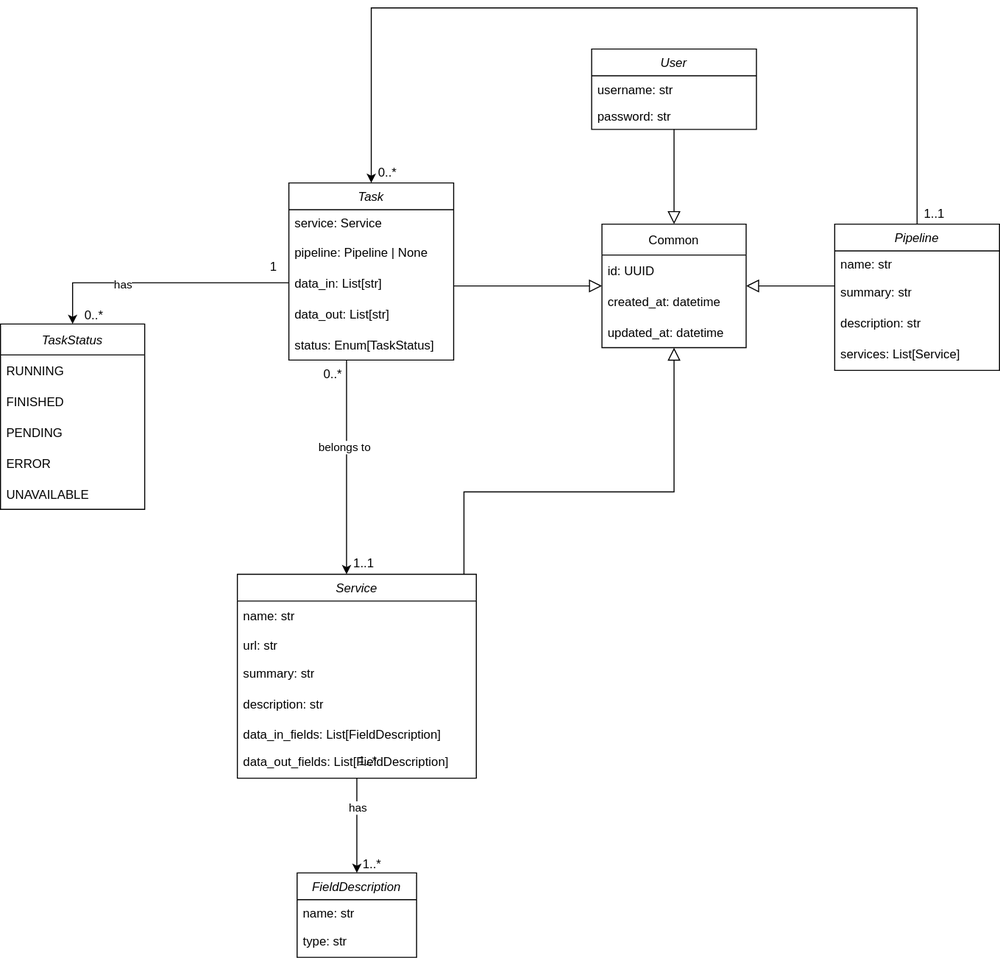
Earlier version of the draw.io export docs/reference/models_diagram.svg (swiss-ai-center/core-engine). Source tidied: cells renumbered, new cells last; positions are measured from the earlier drawing's top-left corner, leaving out a move shared by most shapes.
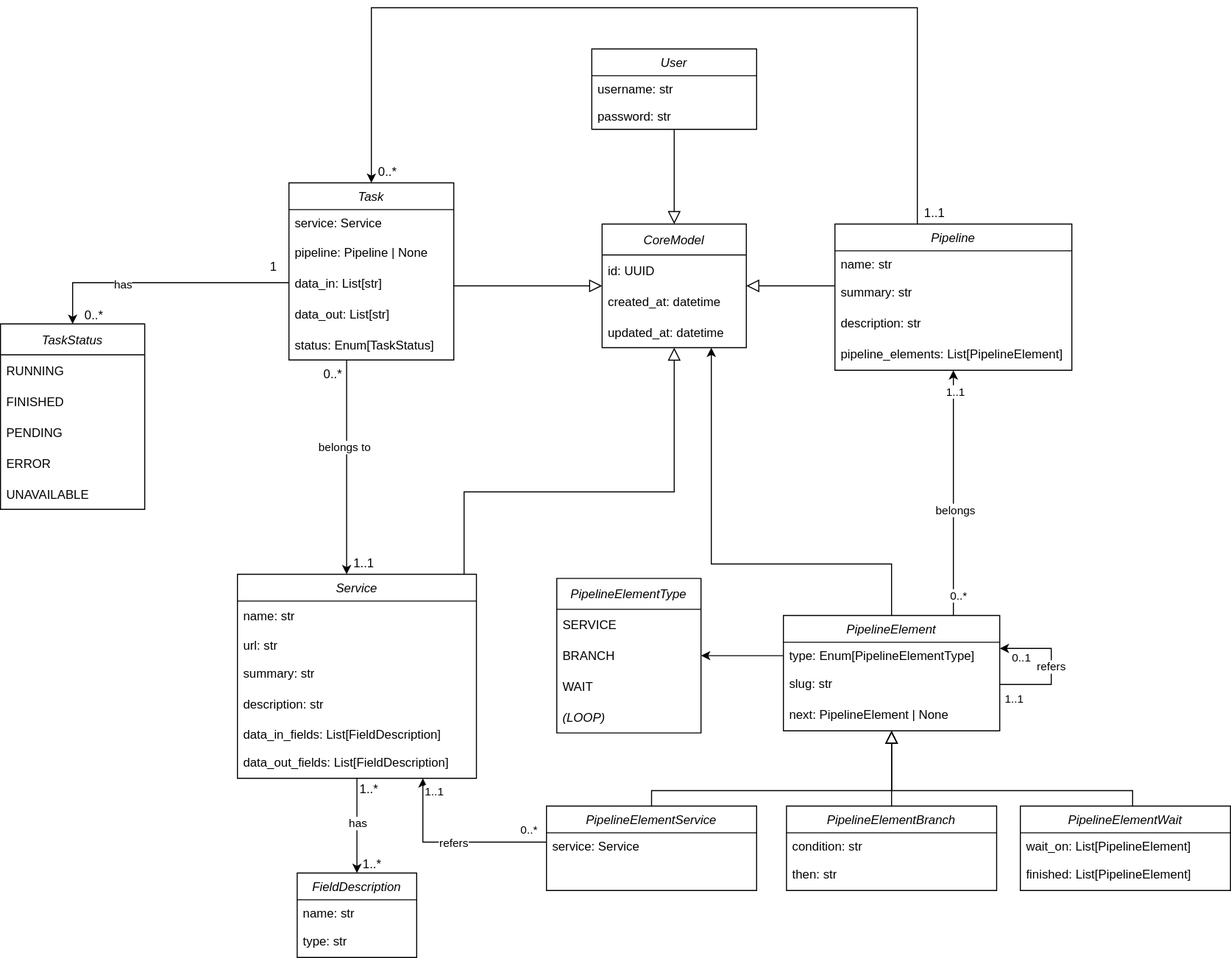
Above is the later version.

Commit message:
docs update for service spec

Diff of the diagram source:
```diff
@@ -28,20 +28,39 @@
         </Array>
       </mxGeometry>
     </mxCell>
+    <mxCell id="55" style="edgeStyle=orthogonalEdgeStyle;rounded=0;jettySize=auto;html=1;" parent="1" edge="1" source="63" target="9">
+      <mxGeometry relative="1" as="geometry">
+        <Array as="points">
+          <mxPoint x="925" y="520" />
+          <mxPoint x="925" y="520" />
+        </Array>
+      </mxGeometry>
+    </mxCell>
+    <mxCell id="56" value="1..1" style="edgeLabel;html=1;align=center;verticalAlign=middle;" parent="55" vertex="1">
+      <mxGeometry x="0.83" y="-1" relative="1" as="geometry" />
+    </mxCell>
+    <mxCell id="57" value="belongs" style="edgeLabel;html=1;align=center;verticalAlign=middle;" parent="55" vertex="1">
+      <mxGeometry x="-0.13" y="-1" relative="1" as="geometry" />
+    </mxCell>
+    <mxCell id="58" value="0..*" style="edgeLabel;html=1;align=center;verticalAlign=middle;" parent="55" vertex="1">
+      <mxGeometry x="-0.81" y="-4" relative="1" as="geometry">
+        <mxPoint y="3" as="offset" />
+      </mxGeometry>
+    </mxCell>
     <mxCell id="9" value="Pipeline" style="swimlane;fontStyle=2;align=center;verticalAlign=top;horizontal=1;startSize=26;rounded=0;shadow=0;strokeWidth=1;" parent="1" vertex="1">
-      <mxGeometry x="810" y="210" width="160" height="142" as="geometry" />
+      <mxGeometry x="810" y="210" width="230" height="142" as="geometry" />
     </mxCell>
     <mxCell id="10" value="name: str" style="text;align=left;verticalAlign=top;spacingLeft=4;spacingRight=4;overflow=hidden;rounded=0;shadow=0;html=0;" parent="9" vertex="1">
-      <mxGeometry y="26" width="160" height="26" as="geometry" />
+      <mxGeometry y="26" width="230" height="26" as="geometry" />
     </mxCell>
     <mxCell id="11" value="summary: str" style="text;strokeColor=none;fillColor=none;align=left;verticalAlign=middle;spacingLeft=4;spacingRight=4;overflow=hidden;whiteSpace=wrap;html=1;" parent="9" vertex="1">
-      <mxGeometry y="52" width="160" height="30" as="geometry" />
+      <mxGeometry y="52" width="230" height="30" as="geometry" />
     </mxCell>
     <mxCell id="12" value="description: str" style="text;strokeColor=none;fillColor=none;align=left;verticalAlign=middle;spacingLeft=4;spacingRight=4;overflow=hidden;whiteSpace=wrap;html=1;" parent="9" vertex="1">
-      <mxGeometry y="82" width="160" height="30" as="geometry" />
+      <mxGeometry y="82" width="230" height="30" as="geometry" />
     </mxCell>
-    <mxCell id="13" value="services: List[Service]" style="text;strokeColor=none;fillColor=none;align=left;verticalAlign=middle;spacingLeft=4;spacingRight=4;overflow=hidden;whiteSpace=wrap;html=1;" parent="9" vertex="1">
-      <mxGeometry y="112" width="160" height="30" as="geometry" />
+    <mxCell id="13" value="pipeline_elements: List[PipelineElement]" style="text;strokeColor=none;fillColor=none;align=left;verticalAlign=middle;spacingLeft=4;spacingRight=4;overflow=hidden;whiteSpace=wrap;html=1;" parent="9" vertex="1">
+      <mxGeometry y="112" width="230" height="30" as="geometry" />
     </mxCell>
     <mxCell id="14" value="User" style="swimlane;fontStyle=2;align=center;verticalAlign=top;horizontal=1;startSize=26;rounded=0;shadow=0;strokeWidth=1;" parent="1" vertex="1">
       <mxGeometry x="574" y="40" width="160" height="78" as="geometry" />
@@ -70,7 +89,7 @@
     <mxCell id="22" value="UNAVAILABLE" style="text;strokeColor=none;fillColor=none;align=left;verticalAlign=middle;spacingLeft=4;spacingRight=4;overflow=hidden;" parent="17" vertex="1">
       <mxGeometry y="150" width="140" height="30" as="geometry" />
     </mxCell>
-    <mxCell id="23" value="Common" style="swimlane;fontStyle=0;horizontal=1;startSize=30;" parent="1" vertex="1">
+    <mxCell id="23" value="CoreModel" style="swimlane;fontStyle=2;horizontal=1;startSize=30;" parent="1" vertex="1">
       <mxGeometry x="584" y="210" width="140" height="120" as="geometry" />
     </mxCell>
     <mxCell id="24" value="id: UUID" style="text;strokeColor=none;fillColor=none;align=left;verticalAlign=middle;spacingLeft=4;spacingRight=4;overflow=hidden;" parent="23" vertex="1">
@@ -95,8 +114,25 @@
       <mxGeometry relative="1" as="geometry" />
     </mxCell>
     <mxCell id="31" value="has" style="edgeLabel;html=1;align=center;verticalAlign=middle;" parent="30" vertex="1">
-      <mxGeometry x="-0.4" relative="1" as="geometry" />
+      <mxGeometry x="-0.4" relative="1" as="geometry">
+        <mxPoint y="15" as="offset" />
+      </mxGeometry>
     </mxCell>
+    <mxCell id="59" style="edgeStyle=orthogonalEdgeStyle;rounded=0;jettySize=auto;html=1;" parent="1" edge="1" source="74" target="32">
+      <mxGeometry relative="1" as="geometry">
+        <Array as="points">
+          <mxPoint x="410" y="810" />
+        </Array>
+      </mxGeometry>
+    </mxCell>
+    <mxCell id="60" value="refers" style="edgeLabel;html=1;align=center;verticalAlign=middle;" parent="59" vertex="1">
+      <mxGeometry relative="1" as="geometry" />
+    </mxCell>
+    <mxCell id="61" value="1..1" style="edgeLabel;html=1;align=center;verticalAlign=middle;" parent="59" vertex="1">
+      <mxGeometry x="0.74" y="-5" relative="1" as="geometry">
+        <mxPoint x="5" y="-12" as="offset" />
+      </mxGeometry>
+    </mxCell>
     <mxCell id="32" value="Service" style="swimlane;fontStyle=2;align=center;verticalAlign=top;horizontal=1;startSize=26;rounded=0;shadow=0;strokeWidth=1;" parent="1" vertex="1">
       <mxGeometry x="230" y="550" width="232" height="198" as="geometry" />
     </mxCell>
@@ -164,7 +200,7 @@
       <mxGeometry x="350" y="840" as="geometry" />
     </mxCell>
     <mxCell id="51" value="1..*" style="align=left;verticalAlign=bottom;labelBackgroundColor=none;fontSize=12;" parent="1" vertex="1">
-      <mxGeometry x="346" y="740" as="geometry" />
+      <mxGeometry x="347" y="767" as="geometry" />
     </mxCell>
     <mxCell id="52" style="endArrow=block;endSize=10;endFill=0;shadow=0;strokeWidth=1;rounded=0;edgeStyle=elbowEdgeStyle;elbow=vertical;" parent="1" edge="1" source="32" target="23">
       <mxGeometry relative="1" as="geometry">
@@ -183,5 +219,112 @@
         <mxPoint x="-5" y="8" as="offset" />
       </mxGeometry>
     </mxCell>
+    <mxCell id="62" style="edgeStyle=orthogonalEdgeStyle;rounded=0;jettySize=auto;html=1;" parent="1" edge="1" source="63" target="23">
+      <mxGeometry relative="1" as="geometry">
+        <Array as="points">
+          <mxPoint x="865" y="540" />
+          <mxPoint x="690" y="540" />
+        </Array>
+      </mxGeometry>
+    </mxCell>
+    <mxCell id="63" value="PipelineElement" style="swimlane;fontStyle=2;align=center;verticalAlign=top;horizontal=1;startSize=26;rounded=0;shadow=0;strokeWidth=1;" parent="1" vertex="1">
+      <mxGeometry x="760" y="590" width="210" height="112" as="geometry" />
+    </mxCell>
+    <mxCell id="64" value="type: Enum[PipelineElementType]" style="text;align=left;verticalAlign=top;spacingLeft=4;spacingRight=4;overflow=hidden;points=[[0,0.5],[1,0.5]];portConstraint=eastwest;rounded=0;shadow=0;html=0;" parent="63" vertex="1">
+      <mxGeometry y="26" width="210" height="26" as="geometry" />
+    </mxCell>
+    <mxCell id="65" value="slug: str" style="text;strokeColor=none;fillColor=none;align=left;verticalAlign=middle;spacingLeft=4;spacingRight=4;overflow=hidden;whiteSpace=wrap;html=1;" parent="63" vertex="1">
+      <mxGeometry y="52" width="210" height="30" as="geometry" />
+    </mxCell>
+    <mxCell id="66" value="next: PipelineElement | None" style="text;strokeColor=none;fillColor=none;align=left;verticalAlign=middle;spacingLeft=4;spacingRight=4;overflow=hidden;whiteSpace=wrap;html=1;" parent="63" vertex="1">
+      <mxGeometry y="82" width="210" height="30" as="geometry" />
+    </mxCell>
+    <mxCell id="67" value="PipelineElementType" style="swimlane;fontStyle=2;horizontal=1;startSize=30;" parent="1" vertex="1">
+      <mxGeometry x="540" y="554" width="140" height="150" as="geometry" />
+    </mxCell>
+    <mxCell id="68" value="SERVICE" style="text;strokeColor=none;fillColor=none;align=left;verticalAlign=middle;spacingLeft=4;spacingRight=4;overflow=hidden;" parent="67" vertex="1">
+      <mxGeometry y="30" width="140" height="30" as="geometry" />
+    </mxCell>
+    <mxCell id="69" value="BRANCH" style="text;strokeColor=none;fillColor=none;align=left;verticalAlign=middle;spacingLeft=4;spacingRight=4;overflow=hidden;" parent="67" vertex="1">
+      <mxGeometry y="60" width="140" height="30" as="geometry" />
+    </mxCell>
+    <mxCell id="70" value="WAIT" style="text;strokeColor=none;fillColor=none;align=left;verticalAlign=middle;spacingLeft=4;spacingRight=4;overflow=hidden;" parent="67" vertex="1">
+      <mxGeometry y="90" width="140" height="30" as="geometry" />
+    </mxCell>
+    <mxCell id="71" value="(LOOP)" style="text;strokeColor=none;fillColor=none;align=left;verticalAlign=middle;spacingLeft=4;spacingRight=4;overflow=hidden;fontStyle=2;" parent="67" vertex="1">
+      <mxGeometry y="120" width="140" height="30" as="geometry" />
+    </mxCell>
+    <mxCell id="72" style="edgeStyle=orthogonalEdgeStyle;rounded=1;jettySize=auto;html=1;" parent="1" edge="1" source="64" target="67">
+      <mxGeometry relative="1" as="geometry" />
+    </mxCell>
+    <mxCell id="73" style="edgeStyle=orthogonalEdgeStyle;rounded=0;jettySize=auto;html=1;endArrow=block;endFill=0;endSize=10;" parent="1" edge="1" source="74" target="63">
+      <mxGeometry relative="1" as="geometry">
+        <Array as="points">
+          <mxPoint x="632" y="760" />
+          <mxPoint x="865" y="760" />
+        </Array>
+      </mxGeometry>
+    </mxCell>
+    <mxCell id="74" value="PipelineElementService" style="swimlane;fontStyle=2;align=center;verticalAlign=top;horizontal=1;startSize=26;rounded=0;shadow=0;strokeWidth=1;" parent="1" vertex="1">
+      <mxGeometry x="530" y="775" width="204" height="82" as="geometry" />
+    </mxCell>
+    <mxCell id="75" value="service: Service" style="text;align=left;verticalAlign=top;spacingLeft=4;spacingRight=4;overflow=hidden;rounded=0;shadow=0;html=0;" parent="74" vertex="1">
+      <mxGeometry y="26" width="204" height="26" as="geometry" />
+    </mxCell>
+    <mxCell id="76" style="edgeStyle=orthogonalEdgeStyle;rounded=0;jettySize=auto;html=1;endArrow=block;endFill=0;endSize=10;" parent="1" edge="1" source="77" target="63">
+      <mxGeometry relative="1" as="geometry" />
+    </mxCell>
+    <mxCell id="77" value="PipelineElementBranch" style="swimlane;fontStyle=2;align=center;verticalAlign=top;horizontal=1;startSize=26;rounded=0;shadow=0;strokeWidth=1;" parent="1" vertex="1">
+      <mxGeometry x="763" y="775" width="204" height="82" as="geometry" />
+    </mxCell>
+    <mxCell id="78" value="condition: str" style="text;align=left;verticalAlign=top;spacingLeft=4;spacingRight=4;overflow=hidden;rounded=0;shadow=0;html=0;" parent="77" vertex="1">
+      <mxGeometry y="26" width="204" height="26" as="geometry" />
+    </mxCell>
+    <mxCell id="79" value="then: str" style="text;strokeColor=none;fillColor=none;align=left;verticalAlign=middle;spacingLeft=4;spacingRight=4;overflow=hidden;whiteSpace=wrap;html=1;" parent="77" vertex="1">
+      <mxGeometry y="52" width="204" height="30" as="geometry" />
+    </mxCell>
+    <mxCell id="80" style="edgeStyle=orthogonalEdgeStyle;rounded=0;jettySize=auto;html=1;endArrow=block;endFill=0;endSize=10;" parent="1" edge="1" source="81" target="63">
+      <mxGeometry relative="1" as="geometry">
+        <Array as="points">
+          <mxPoint x="1099" y="760" />
+          <mxPoint x="865" y="760" />
+        </Array>
+      </mxGeometry>
+    </mxCell>
+    <mxCell id="81" value="PipelineElementWait" style="swimlane;fontStyle=2;align=center;verticalAlign=top;horizontal=1;startSize=26;rounded=0;shadow=0;strokeWidth=1;" parent="1" vertex="1">
+      <mxGeometry x="990" y="775" width="204" height="82" as="geometry" />
+    </mxCell>
+    <mxCell id="82" value="wait_on: List[PipelineElement]" style="text;align=left;verticalAlign=top;spacingLeft=4;spacingRight=4;overflow=hidden;rounded=0;shadow=0;html=0;" parent="81" vertex="1">
+      <mxGeometry y="26" width="204" height="26" as="geometry" />
+    </mxCell>
+    <mxCell id="83" value="finished: List[PipelineElement]" style="text;strokeColor=none;fillColor=none;align=left;verticalAlign=middle;spacingLeft=4;spacingRight=4;overflow=hidden;whiteSpace=wrap;html=1;" parent="81" vertex="1">
+      <mxGeometry y="52" width="204" height="30" as="geometry" />
+    </mxCell>
+    <mxCell id="84" value="0..*" style="edgeLabel;html=1;align=center;verticalAlign=middle;" parent="1" vertex="1">
+      <mxGeometry x="430" y="770" as="geometry">
+        <mxPoint x="82" y="27" as="offset" />
+      </mxGeometry>
+    </mxCell>
+    <mxCell id="85" style="edgeStyle=orthogonalEdgeStyle;rounded=0;orthogonalLoop=1;jettySize=auto;html=1;" parent="1" edge="1" source="63" target="63">
+      <mxGeometry relative="1" as="geometry">
+        <Array as="points">
+          <mxPoint x="1020" y="657" />
+          <mxPoint x="1020" y="622" />
+        </Array>
+      </mxGeometry>
+    </mxCell>
+    <mxCell id="86" value="1..1" style="edgeLabel;html=1;align=center;verticalAlign=middle;" parent="85" vertex="1">
+      <mxGeometry x="-0.81" y="-3" relative="1" as="geometry">
+        <mxPoint y="10" as="offset" />
+      </mxGeometry>
+    </mxCell>
+    <mxCell id="87" value="0..1" style="edgeLabel;html=1;align=center;verticalAlign=middle;" parent="85" vertex="1">
+      <mxGeometry x="0.82" y="1" relative="1" as="geometry">
+        <mxPoint x="8" y="7" as="offset" />
+      </mxGeometry>
+    </mxCell>
+    <mxCell id="88" value="refers" style="edgeLabel;html=1;align=center;verticalAlign=middle;" parent="85" vertex="1">
+      <mxGeometry x="0.01" y="1" relative="1" as="geometry" />
+    </mxCell>
   </root>
 </mxGraphModel>
```
